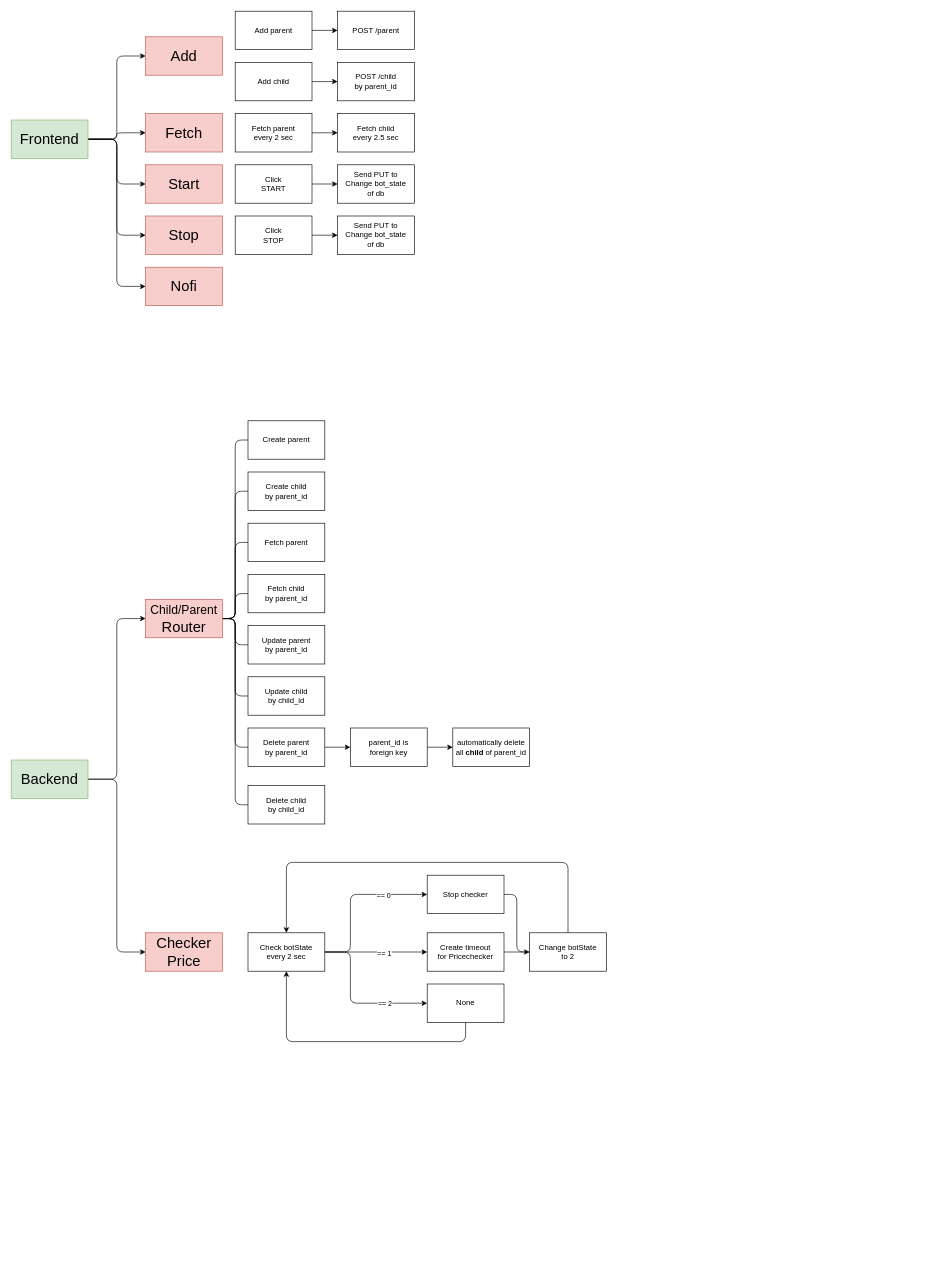
neat1144/ro-price-bot keeps this draw.io diagram as flow.drawio. Above is the earlier version. Source tidied: cells renumbered, new cells numbered last; positions are measured from the earlier drawing's top-left corner, leaving out a move shared by most shapes. Both pictures are drawn from the tidied source at 64%, with x=0, y=0 at pixel (11, 11).
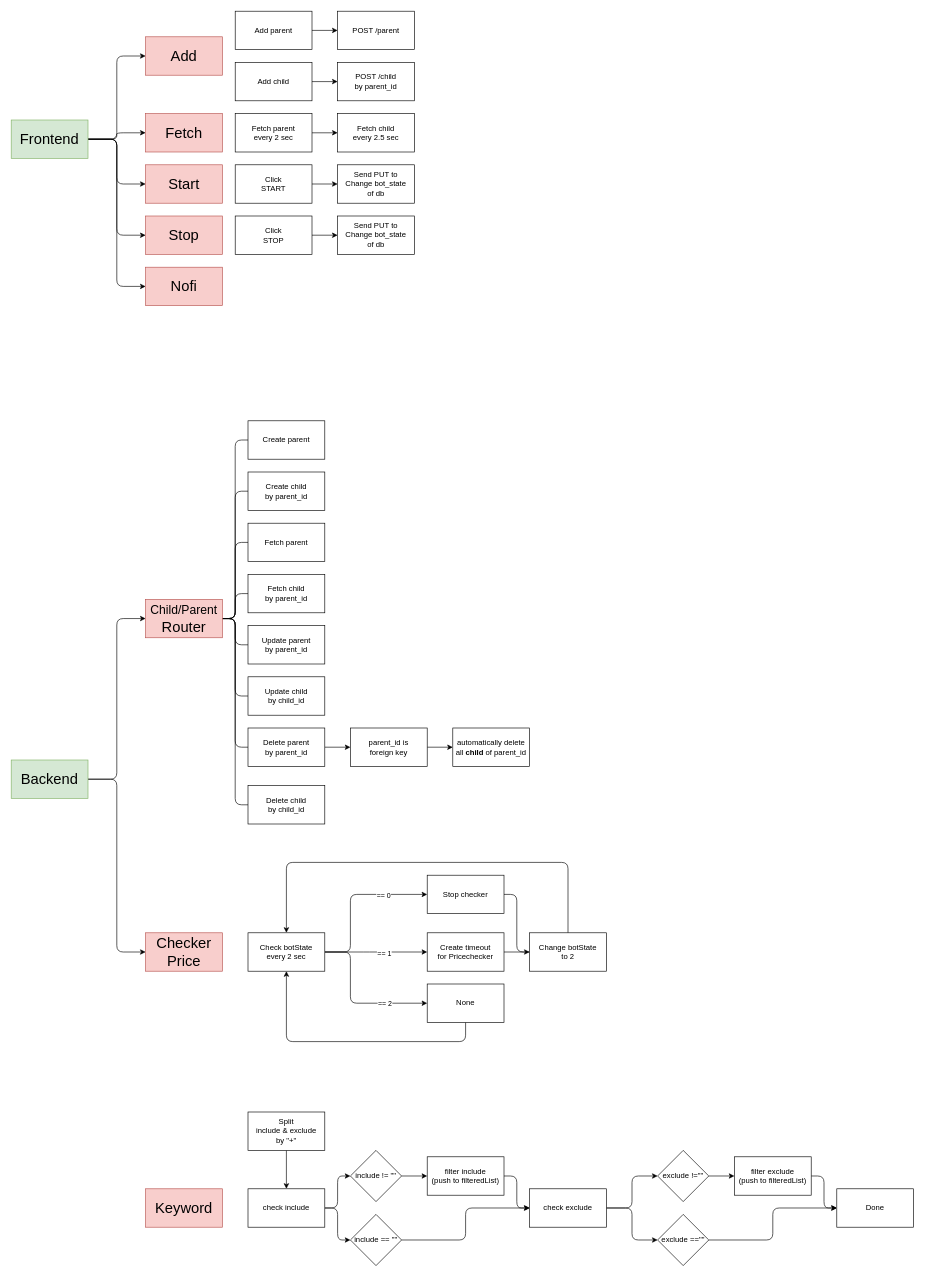
The same page after the edit.

Commit message (it also covers changes not shown here):
update flow and add some TODO

Change to the diagram source:
```diff
@@
+    <mxCell id="68" value="Keyword" style="text;html=1;strokeColor=#b85450;fillColor=#f8cecc;align=center;verticalAlign=middle;whiteSpace=wrap;rounded=0;fontSize=23;" parent="1" vertex="1">
+      <mxGeometry x="210" y="1840" width="120" height="60" as="geometry" />
+    </mxCell>
+    <mxCell id="69" style="edgeStyle=orthogonalEdgeStyle;html=1;exitX=1;exitY=0.5;exitDx=0;exitDy=0;entryX=0;entryY=0.5;entryDx=0;entryDy=0;endArrow=classic;endFill=1;" parent="1" edge="1" source="70" target="79">
+      <mxGeometry relative="1" as="geometry" />
+    </mxCell>
+    <mxCell id="70" value="include != &quot;&quot;" style="rhombus;whiteSpace=wrap;html=1;" parent="1" vertex="1">
+      <mxGeometry x="530" y="1780" width="80" height="80" as="geometry" />
+    </mxCell>
+    <mxCell id="71" style="edgeStyle=orthogonalEdgeStyle;html=1;exitX=1;exitY=0.5;exitDx=0;exitDy=0;entryX=0;entryY=0.5;entryDx=0;entryDy=0;endArrow=classic;endFill=1;" parent="1" edge="1" source="72" target="86">
+      <mxGeometry relative="1" as="geometry" />
+    </mxCell>
+    <mxCell id="72" value="exclude !=&quot;&quot;" style="rhombus;whiteSpace=wrap;html=1;" parent="1" vertex="1">
+      <mxGeometry x="1010" y="1780" width="80" height="80" as="geometry" />
+    </mxCell>
+    <mxCell id="73" style="edgeStyle=orthogonalEdgeStyle;html=1;exitX=1;exitY=0.5;exitDx=0;exitDy=0;entryX=0;entryY=0.5;entryDx=0;entryDy=0;endArrow=classic;endFill=1;" parent="1" edge="1" source="74" target="82">
+      <mxGeometry relative="1" as="geometry" />
+    </mxCell>
+    <mxCell id="74" value="include == &quot;&quot;" style="rhombus;whiteSpace=wrap;html=1;" parent="1" vertex="1">
+      <mxGeometry x="530" y="1880" width="80" height="80" as="geometry" />
+    </mxCell>
+    <mxCell id="75" style="edgeStyle=orthogonalEdgeStyle;html=1;exitX=1;exitY=0.5;exitDx=0;exitDy=0;entryX=0;entryY=0.5;entryDx=0;entryDy=0;endArrow=classic;endFill=1;" parent="1" edge="1" source="77" target="70">
+      <mxGeometry relative="1" as="geometry" />
+    </mxCell>
+    <mxCell id="76" style="edgeStyle=orthogonalEdgeStyle;html=1;exitX=1;exitY=0.5;exitDx=0;exitDy=0;entryX=0;entryY=0.5;entryDx=0;entryDy=0;endArrow=classic;endFill=1;" parent="1" edge="1" source="77" target="74">
+      <mxGeometry relative="1" as="geometry" />
+    </mxCell>
+    <mxCell id="77" value="check include" style="rounded=0;whiteSpace=wrap;html=1;fontSize=12;" parent="1" vertex="1">
+      <mxGeometry x="370" y="1840" width="120" height="60" as="geometry" />
+    </mxCell>
+    <mxCell id="78" style="edgeStyle=orthogonalEdgeStyle;html=1;exitX=1;exitY=0.5;exitDx=0;exitDy=0;entryX=0;entryY=0.5;entryDx=0;entryDy=0;endArrow=classic;endFill=1;" parent="1" edge="1" source="79" target="82">
+      <mxGeometry relative="1" as="geometry" />
+    </mxCell>
+    <mxCell id="79" value="filter include&lt;br&gt;(push to filteredList)" style="rounded=0;whiteSpace=wrap;html=1;fontSize=12;" parent="1" vertex="1">
+      <mxGeometry x="650" y="1790" width="120" height="60" as="geometry" />
+    </mxCell>
+    <mxCell id="80" style="edgeStyle=orthogonalEdgeStyle;html=1;exitX=1;exitY=0.5;exitDx=0;exitDy=0;entryX=0;entryY=0.5;entryDx=0;entryDy=0;endArrow=classic;endFill=1;" parent="1" edge="1" source="82" target="72">
+      <mxGeometry relative="1" as="geometry" />
+    </mxCell>
+    <mxCell id="81" style="edgeStyle=orthogonalEdgeStyle;html=1;exitX=1;exitY=0.5;exitDx=0;exitDy=0;entryX=0;entryY=0.5;entryDx=0;entryDy=0;endArrow=classic;endFill=1;" parent="1" edge="1" source="82" target="84">
+      <mxGeometry relative="1" as="geometry" />
+    </mxCell>
+    <mxCell id="82" value="check exclude" style="rounded=0;whiteSpace=wrap;html=1;fontSize=12;" parent="1" vertex="1">
+      <mxGeometry x="810" y="1840" width="120" height="60" as="geometry" />
+    </mxCell>
+    <mxCell id="83" style="edgeStyle=orthogonalEdgeStyle;html=1;exitX=1;exitY=0.5;exitDx=0;exitDy=0;entryX=0;entryY=0.5;entryDx=0;entryDy=0;endArrow=classic;endFill=1;" parent="1" edge="1" source="84" target="87">
+      <mxGeometry relative="1" as="geometry" />
+    </mxCell>
+    <mxCell id="84" value="exclude ==&quot;&quot;" style="rhombus;whiteSpace=wrap;html=1;" parent="1" vertex="1">
+      <mxGeometry x="1010" y="1880" width="80" height="80" as="geometry" />
+    </mxCell>
+    <mxCell id="85" style="edgeStyle=orthogonalEdgeStyle;html=1;exitX=1;exitY=0.5;exitDx=0;exitDy=0;entryX=0;entryY=0.5;entryDx=0;entryDy=0;endArrow=classic;endFill=1;" parent="1" edge="1" source="86" target="87">
+      <mxGeometry relative="1" as="geometry" />
+    </mxCell>
+    <mxCell id="86" value="filter exclude&lt;br&gt;(push to filteredList)" style="rounded=0;whiteSpace=wrap;html=1;fontSize=12;" parent="1" vertex="1">
+      <mxGeometry x="1130" y="1790" width="120" height="60" as="geometry" />
+    </mxCell>
+    <mxCell id="87" value="Done" style="rounded=0;whiteSpace=wrap;html=1;fontSize=12;" parent="1" vertex="1">
+      <mxGeometry x="1290" y="1840" width="120" height="60" as="geometry" />
+    </mxCell>
+    <mxCell id="88" style="edgeStyle=orthogonalEdgeStyle;html=1;exitX=0.5;exitY=1;exitDx=0;exitDy=0;entryX=0.5;entryY=0;entryDx=0;entryDy=0;endArrow=classic;endFill=1;" parent="1" edge="1" source="89" target="77">
+      <mxGeometry relative="1" as="geometry" />
+    </mxCell>
+    <mxCell id="89" value="Split&lt;br&gt;include &amp;amp; exclude&lt;br&gt;by &quot;+&quot;" style="rounded=0;whiteSpace=wrap;html=1;fontSize=12;" parent="1" vertex="1">
+      <mxGeometry x="370" y="1720" width="120" height="60" as="geometry" />
+    </mxCell>
```
